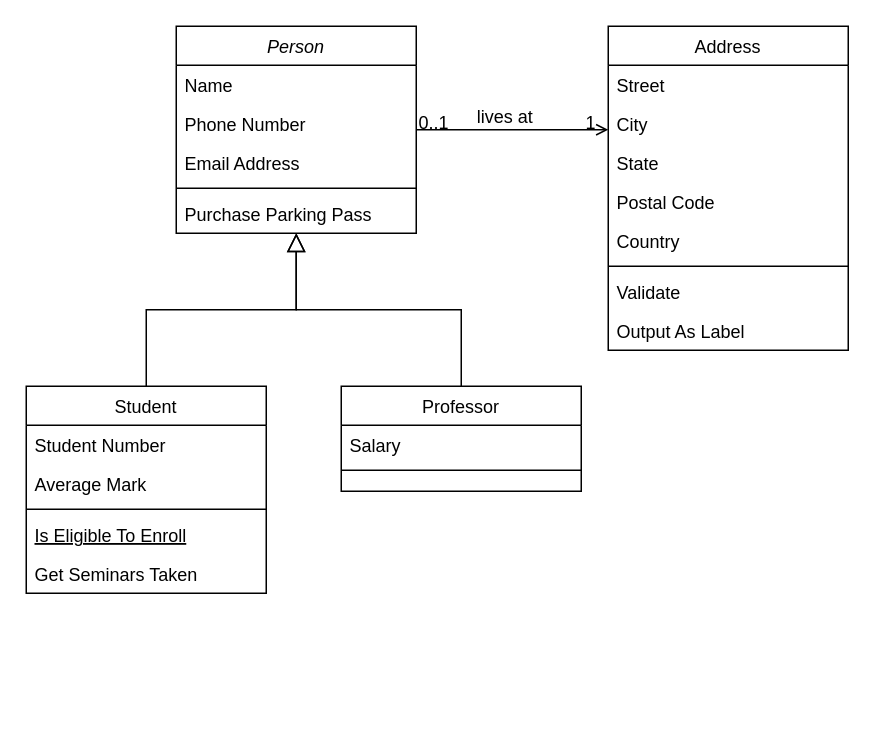
This is YronWars.drawio from YronJack/IronWars, a draw.io file, before an edit. Source tidied: cells renumbered, new cells numbered last; positions are measured from the earlier drawing's top-left corner, leaving out a move shared by most shapes. Both pictures are drawn from the tidied source at 150%, with x=0, y=0 at pixel (26, 26).
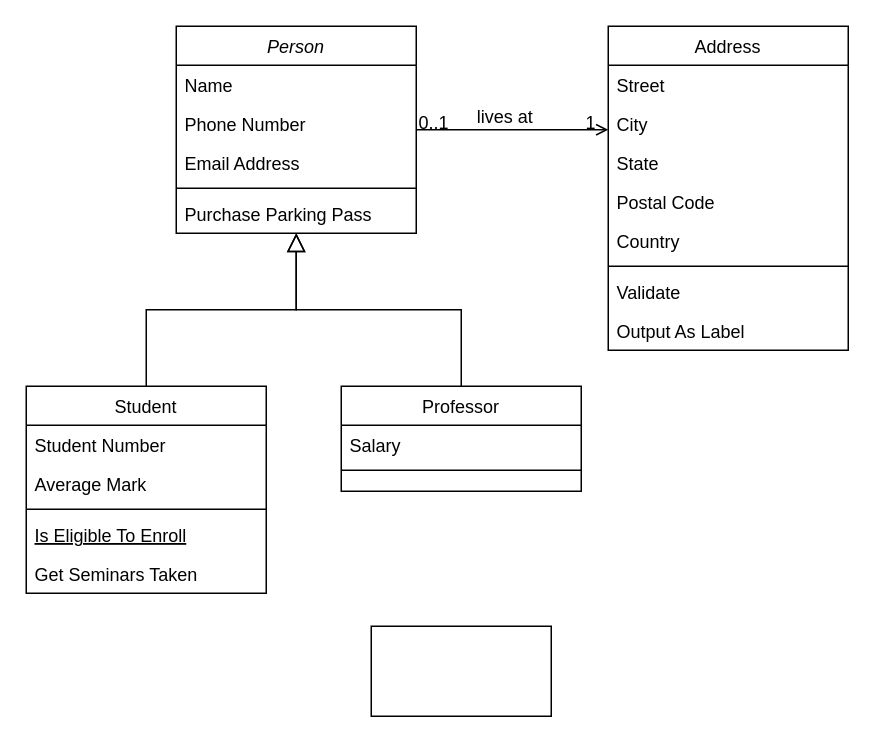
Above is the later version.

The edit, as a diff of the source:
```diff
@@
+    <mxCell id="32" style="rounded=0;whiteSpace=wrap;html=1;" parent="1" vertex="1">
+      <mxGeometry x="230" y="400" width="120" height="60" as="geometry" />
+    </mxCell>
```
